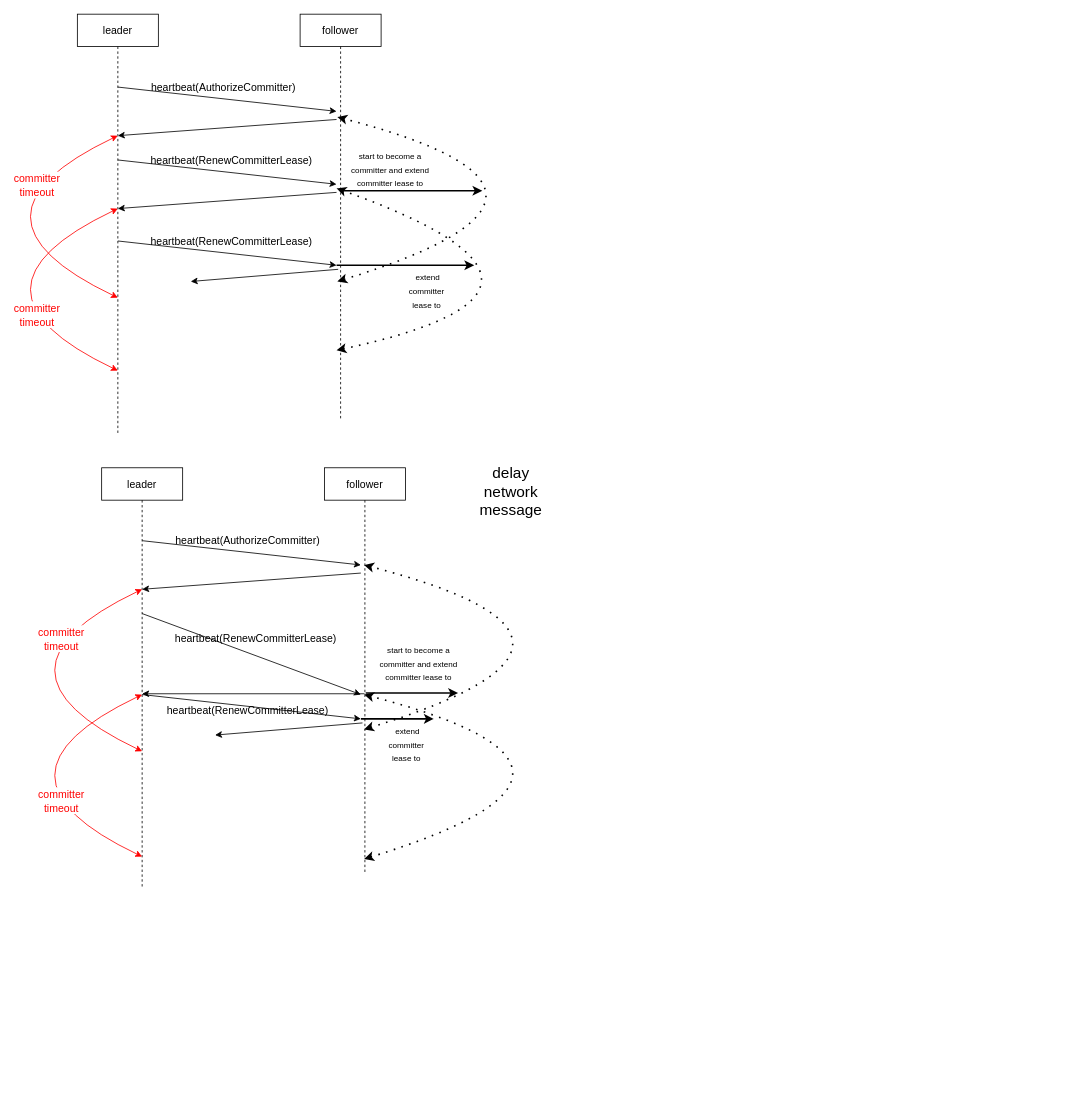
Before: raft-committer-idea.drawio in BanYeung/Notes, a draw.io diagram. Source tidied: cells renumbered, new cells numbered last; positions are measured from the earlier drawing's top-left corner, leaving out a move shared by most shapes. Both pictures are drawn from the tidied source at 81%, with x=0, y=0 at pixel (-53, 14).
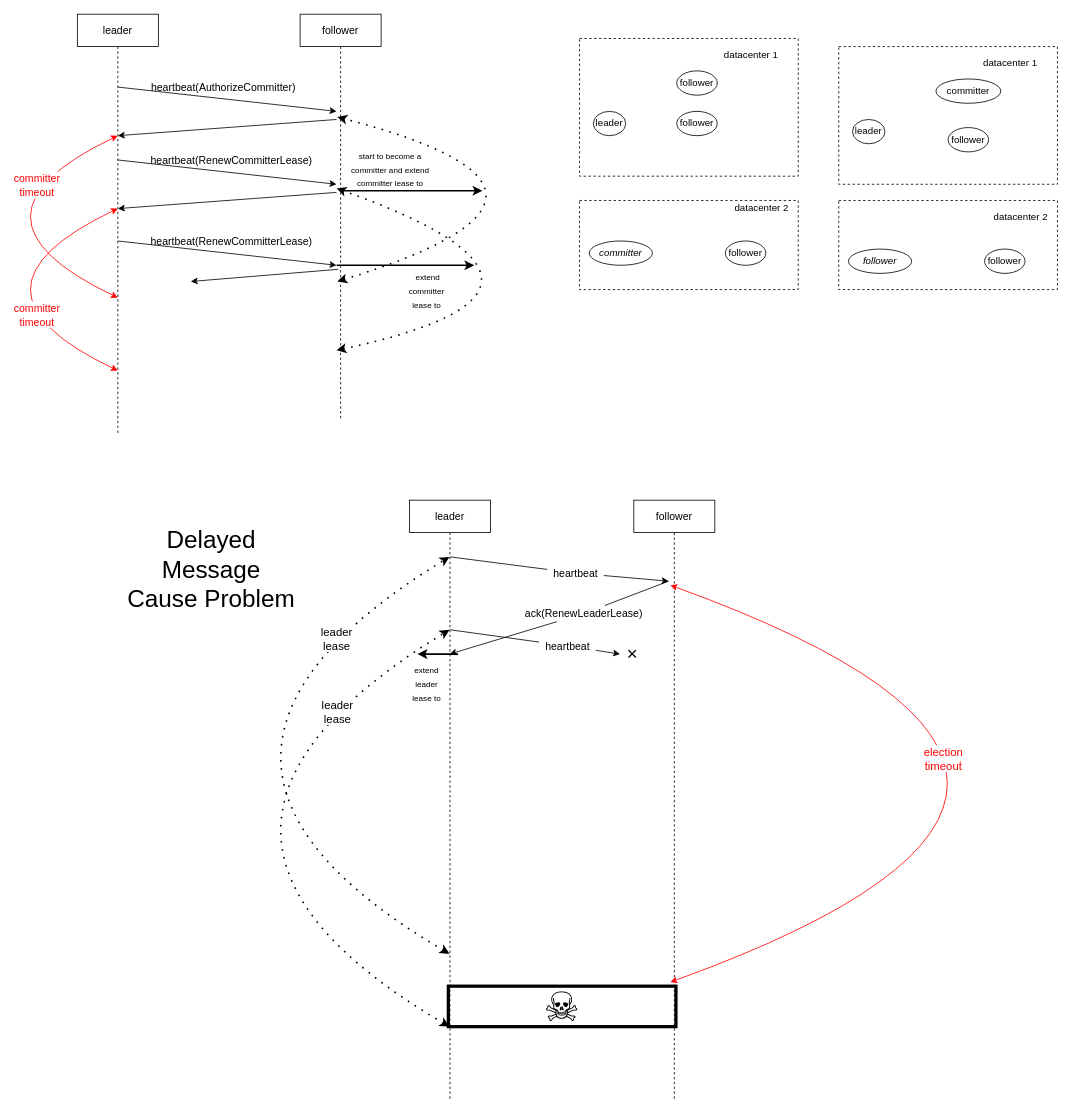
The same page after the edit.

Commit message:
delayed message cause problem

The edit, as a diff of the source:
```diff
@@
+    <mxCell id="45" value="leader" style="ellipse;whiteSpace=wrap;html=1;" parent="1" vertex="1">
+      <mxGeometry x="797" y="120" width="40" height="30" as="geometry" />
+    </mxCell>
+    <mxCell id="46" value="&lt;i&gt;committer&lt;/i&gt;" style="ellipse;whiteSpace=wrap;html=1;" parent="1" vertex="1">
+      <mxGeometry x="792" y="280" width="78" height="30" as="geometry" />
+    </mxCell>
+    <mxCell id="47" value="follower" style="ellipse;whiteSpace=wrap;html=1;" parent="1" vertex="1">
+      <mxGeometry x="960" y="280" width="50" height="30" as="geometry" />
+    </mxCell>
+    <mxCell id="48" value="follower" style="ellipse;whiteSpace=wrap;html=1;" parent="1" vertex="1">
+      <mxGeometry x="900" y="120" width="50" height="30" as="geometry" />
+    </mxCell>
+    <mxCell id="49" value="follower" style="ellipse;whiteSpace=wrap;html=1;" parent="1" vertex="1">
+      <mxGeometry x="900" y="70" width="50" height="30" as="geometry" />
+    </mxCell>
+    <mxCell id="50" style="rounded=0;whiteSpace=wrap;html=1;fillColor=none;dashed=1;" parent="1" vertex="1">
+      <mxGeometry x="780" y="30" width="270" height="170" as="geometry" />
+    </mxCell>
+    <mxCell id="51" value="datacenter 1" style="text;html=1;strokeColor=none;fillColor=none;align=center;verticalAlign=middle;whiteSpace=wrap;rounded=0;dashed=1;" parent="1" vertex="1">
+      <mxGeometry x="947" y="40" width="90" height="20" as="geometry" />
+    </mxCell>
+    <mxCell id="52" value="datacenter 2" style="text;html=1;strokeColor=none;fillColor=none;align=center;verticalAlign=middle;whiteSpace=wrap;rounded=0;dashed=1;" parent="1" vertex="1">
+      <mxGeometry x="960" y="230" width="90" height="20" as="geometry" />
+    </mxCell>
+    <mxCell id="53" style="rounded=0;whiteSpace=wrap;html=1;fillColor=none;dashed=1;" parent="1" vertex="1">
+      <mxGeometry x="780" y="230" width="270" height="110" as="geometry" />
+    </mxCell>
+    <mxCell id="54" value="leader" style="ellipse;whiteSpace=wrap;html=1;" parent="1" vertex="1">
+      <mxGeometry x="1117" y="130" width="40" height="30" as="geometry" />
+    </mxCell>
+    <mxCell id="55" value="&lt;i&gt;follower&lt;/i&gt;" style="ellipse;whiteSpace=wrap;html=1;" parent="1" vertex="1">
+      <mxGeometry x="1112" y="290" width="78" height="30" as="geometry" />
+    </mxCell>
+    <mxCell id="56" value="follower" style="ellipse;whiteSpace=wrap;html=1;" parent="1" vertex="1">
+      <mxGeometry x="1280" y="290" width="50" height="30" as="geometry" />
+    </mxCell>
+    <mxCell id="57" value="follower" style="ellipse;whiteSpace=wrap;html=1;" parent="1" vertex="1">
+      <mxGeometry x="1235" y="140" width="50" height="30" as="geometry" />
+    </mxCell>
+    <mxCell id="58" value="committer" style="ellipse;whiteSpace=wrap;html=1;" parent="1" vertex="1">
+      <mxGeometry x="1220" y="80" width="80" height="30" as="geometry" />
+    </mxCell>
+    <mxCell id="59" style="rounded=0;whiteSpace=wrap;html=1;fillColor=none;dashed=1;" parent="1" vertex="1">
+      <mxGeometry x="1100" y="40" width="270" height="170" as="geometry" />
+    </mxCell>
+    <mxCell id="60" value="datacenter 1" style="text;html=1;strokeColor=none;fillColor=none;align=center;verticalAlign=middle;whiteSpace=wrap;rounded=0;dashed=1;" parent="1" vertex="1">
+      <mxGeometry x="1267" y="50" width="90" height="20" as="geometry" />
+    </mxCell>
+    <mxCell id="61" value="datacenter 2" style="text;html=1;strokeColor=none;fillColor=none;align=center;verticalAlign=middle;whiteSpace=wrap;rounded=0;dashed=1;" parent="1" vertex="1">
+      <mxGeometry x="1280" y="240" width="90" height="20" as="geometry" />
+    </mxCell>
+    <mxCell id="62" style="rounded=0;whiteSpace=wrap;html=1;fillColor=none;dashed=1;" parent="1" vertex="1">
+      <mxGeometry x="1100" y="230" width="270" height="110" as="geometry" />
+    </mxCell>
     <mxCell id="23" value="leader" style="shape=umlLifeline;perimeter=lifelinePerimeter;whiteSpace=wrap;html=1;fontSize=13;" parent="1" vertex="1">
-      <mxGeometry x="190" y="560" width="100" height="520" as="geometry" />
+      <mxGeometry x="570" y="600" width="100" height="740" as="geometry" />
     </mxCell>
+    <mxCell id="63" style="endArrow=classic;html=1;fontSize=13;startArrow=none;" parent="1" edge="1" source="77">
+      <mxGeometry relative="1" as="geometry">
+        <mxPoint x="890" y="700" as="targetPoint" />
+      </mxGeometry>
+    </mxCell>
+    <mxCell id="64" style="endArrow=classic;html=1;fontSize=13;startArrow=none;" parent="1" edge="1" source="79">
+      <mxGeometry relative="1" as="geometry">
+        <mxPoint x="619.7" y="790" as="targetPoint" />
+      </mxGeometry>
+    </mxCell>
     <mxCell id="24" value="follower" style="shape=umlLifeline;perimeter=lifelinePerimeter;whiteSpace=wrap;html=1;fontSize=13;" parent="1" vertex="1">
-      <mxGeometry x="465" y="560" width="100" height="500" as="geometry" />
+      <mxGeometry x="847" y="600" width="100" height="740" as="geometry" />
     </mxCell>
-    <mxCell id="25" style="endArrow=classic;html=1;fontSize=13;" parent="1" edge="1">
-      <mxGeometry relative="1" as="geometry">
-        <mxPoint x="240" y="650" as="sourcePoint" />
-        <mxPoint x="510" y="680" as="targetPoint" />
-      </mxGeometry>
-    </mxCell>
-    <mxCell id="26" style="endArrow=classic;html=1;fontSize=13;" parent="1" edge="1">
-      <mxGeometry relative="1" as="geometry">
-        <mxPoint x="510" y="690" as="sourcePoint" />
-        <mxPoint x="240" y="710" as="targetPoint" />
-      </mxGeometry>
-    </mxCell>
-    <mxCell id="27" style="endArrow=classic;html=1;fontSize=13;" parent="1" edge="1">
-      <mxGeometry relative="1" as="geometry">
-        <mxPoint x="240" y="740" as="sourcePoint" />
-        <mxPoint x="510" y="840" as="targetPoint" />
-      </mxGeometry>
-    </mxCell>
-    <mxCell id="28" style="endArrow=classic;html=1;fontSize=13;" parent="1" edge="1">
-      <mxGeometry relative="1" as="geometry">
-        <mxPoint x="514.5" y="839" as="sourcePoint" />
-        <mxPoint x="240" y="839" as="targetPoint" />
-      </mxGeometry>
-    </mxCell>
-    <mxCell id="29" value="heartbeat(AuthorizeCommitter)" style="text;html=1;align=center;verticalAlign=middle;strokeColor=none;fontSize=13;" parent="1" vertex="1">
-      <mxGeometry x="275" y="640" width="190" height="20" as="geometry" />
-    </mxCell>
-    <mxCell id="30" value="heartbeat(RenewCommitterLease)" style="text;html=1;align=center;verticalAlign=middle;strokeColor=none;fontSize=13;" parent="1" vertex="1">
-      <mxGeometry x="275" y="760" width="210" height="20" as="geometry" />
-    </mxCell>
-    <mxCell id="31" value="heartbeat(RenewCommitterLease)" style="text;html=1;align=center;verticalAlign=middle;strokeColor=none;fontSize=13;" parent="1" vertex="1">
-      <mxGeometry x="265" y="850" width="210" height="20" as="geometry" />
-    </mxCell>
-    <mxCell id="32" style="endArrow=classic;html=1;fontSize=13;" parent="1" edge="1">
-      <mxGeometry relative="1" as="geometry">
-        <mxPoint x="240" y="840" as="sourcePoint" />
-        <mxPoint x="510" y="870" as="targetPoint" />
-      </mxGeometry>
-    </mxCell>
-    <mxCell id="33" style="endArrow=classic;html=1;fontSize=14;strokeWidth=2;" parent="1" edge="1">
-      <mxGeometry relative="1" as="geometry">
-        <mxPoint x="516" y="838" as="sourcePoint" />
-        <mxPoint x="630" y="838" as="targetPoint" />
-      </mxGeometry>
-    </mxCell>
-    <mxCell id="34" value="&lt;span style=&quot;font-size: 10px&quot;&gt;start to become a &lt;br style=&quot;font-size: 10px&quot;&gt;committer and extend &lt;br style=&quot;font-size: 10px&quot;&gt;committer lease to&lt;br&gt;&lt;/span&gt;" style="edgeLabel;html=1;align=center;verticalAlign=middle;fontSize=14;" parent="33" vertex="1">
-      <mxGeometry x="-0.13" relative="1" as="geometry">
-        <mxPoint x="14" y="-38" as="offset" />
-      </mxGeometry>
-    </mxCell>
-    <mxCell id="35" style="endArrow=classic;html=1;fontSize=14;strokeWidth=2;" parent="1" edge="1">
-      <mxGeometry relative="1" as="geometry">
-        <mxPoint x="510" y="870" as="sourcePoint" />
-        <mxPoint x="600" y="870" as="targetPoint" />
-      </mxGeometry>
-    </mxCell>
-    <mxCell id="36" value="&lt;span style=&quot;font-size: 10px&quot;&gt;&amp;nbsp;extend &lt;br style=&quot;font-size: 10px&quot;&gt;committer &lt;br style=&quot;font-size: 10px&quot;&gt;lease to&lt;br&gt;&lt;/span&gt;" style="edgeLabel;html=1;align=center;verticalAlign=middle;fontSize=14;" parent="35" vertex="1">
-      <mxGeometry x="-0.13" relative="1" as="geometry">
-        <mxPoint x="16" y="30" as="offset" />
-      </mxGeometry>
-    </mxCell>
-    <mxCell id="37" style="endArrow=classic;html=1;fontSize=13;" parent="1" edge="1">
-      <mxGeometry relative="1" as="geometry">
-        <mxPoint x="512" y="875" as="sourcePoint" />
-        <mxPoint x="330" y="890" as="targetPoint" />
-      </mxGeometry>
-    </mxCell>
-    <mxCell id="38" style="endArrow=classic;startArrow=classic;html=1;fontSize=14;strokeWidth=1;strokeColor=#FF0000;curved=1;" parent="1" edge="1">
-      <mxGeometry relative="1" as="geometry">
-        <mxPoint x="240" y="910" as="sourcePoint" />
-        <mxPoint x="240" y="710" as="targetPoint" />
-        <Array as="points">
-          <mxPoint x="30" y="810" />
-        </Array>
-      </mxGeometry>
-    </mxCell>
-    <mxCell id="39" value="&lt;font style=&quot;font-size: 13px&quot; color=&quot;#ff0000&quot;&gt;committer&lt;br&gt;timeout&lt;/font&gt;" style="edgeLabel;html=1;align=center;verticalAlign=middle;fontSize=14;" parent="38" vertex="1">
-      <mxGeometry x="-0.55" y="-12" relative="1" as="geometry">
-        <mxPoint x="-11" y="-84" as="offset" />
-      </mxGeometry>
-    </mxCell>
-    <mxCell id="40" style="endArrow=classic;startArrow=classic;html=1;fontSize=14;strokeWidth=1;strokeColor=#FF0000;curved=1;" parent="1" edge="1">
-      <mxGeometry relative="1" as="geometry">
-        <mxPoint x="240" y="1040" as="sourcePoint" />
-        <mxPoint x="240" y="840" as="targetPoint" />
-        <Array as="points">
-          <mxPoint x="30" y="940" />
-        </Array>
-      </mxGeometry>
-    </mxCell>
-    <mxCell id="41" value="&lt;font style=&quot;font-size: 13px&quot; color=&quot;#ff0000&quot;&gt;committer&lt;br&gt;timeout&lt;/font&gt;" style="edgeLabel;html=1;align=center;verticalAlign=middle;fontSize=14;" parent="40" vertex="1">
-      <mxGeometry x="-0.55" y="-12" relative="1" as="geometry">
-        <mxPoint x="-11" y="-14" as="offset" />
-      </mxGeometry>
-    </mxCell>
-    <mxCell id="42" style="endArrow=classic;startArrow=classic;html=1;fontSize=14;strokeWidth=2;dashed=1;curved=1;dashPattern=1 4;" parent="1" edge="1">
-      <mxGeometry relative="1" as="geometry">
-        <mxPoint x="514" y="883" as="sourcePoint" />
-        <mxPoint x="514" y="680" as="targetPoint" />
-        <Array as="points">
-          <mxPoint x="873" y="773" />
-        </Array>
-      </mxGeometry>
-    </mxCell>
-    <mxCell id="43" style="endArrow=classic;startArrow=classic;html=1;fontSize=14;strokeWidth=2;dashed=1;curved=1;dashPattern=1 4;" parent="1" edge="1">
-      <mxGeometry relative="1" as="geometry">
-        <mxPoint x="514" y="1043" as="sourcePoint" />
-        <mxPoint x="514" y="840" as="targetPoint" />
-        <Array as="points">
-          <mxPoint x="873" y="933" />
-        </Array>
-      </mxGeometry>
-    </mxCell>
-    <mxCell id="44" value="&lt;font style=&quot;font-size: 19px&quot;&gt;delay &lt;br&gt;network &lt;br&gt;message&lt;/font&gt;" style="text;html=1;align=center;verticalAlign=middle;strokeColor=none;" parent="1" vertex="1">
-      <mxGeometry x="650" y="560" width="90" height="60" as="geometry" />
-    </mxCell>
+    <mxCell id="65" style="endArrow=classic;html=1;fontSize=13;startArrow=none;" parent="1" edge="1" source="75">
+      <mxGeometry relative="1" as="geometry">
+        <mxPoint x="830" y="790" as="targetPoint" />
+      </mxGeometry>
+    </mxCell>
+    <mxCell id="66" style="endArrow=classic;startArrow=classic;html=1;fontSize=14;strokeWidth=2;curved=1;dashed=1;dashPattern=1 4;" parent="1" edge="1">
+      <mxGeometry relative="1" as="geometry">
+        <mxPoint x="619.4" y="1160" as="sourcePoint" />
+        <mxPoint x="619.4" y="670" as="targetPoint" />
+        <Array as="points">
+          <mxPoint x="210" y="920" />
+        </Array>
+      </mxGeometry>
+    </mxCell>
+    <mxCell id="67" value="leader&lt;br&gt;lease" style="edgeLabel;html=1;align=center;verticalAlign=middle;fontSize=14;" parent="66" vertex="1">
+      <mxGeometry x="0.5" y="-40" relative="1" as="geometry">
+        <mxPoint x="43" y="-58" as="offset" />
+      </mxGeometry>
+    </mxCell>
+    <mxCell id="68" style="endArrow=classic;startArrow=classic;html=1;fontSize=14;strokeWidth=2;curved=1;dashed=1;dashPattern=1 4;" parent="1" edge="1">
+      <mxGeometry relative="1" as="geometry">
+        <mxPoint x="619.4" y="1250" as="sourcePoint" />
+        <mxPoint x="619.4" y="760" as="targetPoint" />
+        <Array as="points">
+          <mxPoint x="210" y="1010" />
+        </Array>
+      </mxGeometry>
+    </mxCell>
+    <mxCell id="69" style="endArrow=classic;html=1;fontSize=14;strokeWidth=2;" parent="1" edge="1">
+      <mxGeometry relative="1" as="geometry">
+        <mxPoint x="630" y="790" as="sourcePoint" />
+        <mxPoint x="580" y="790" as="targetPoint" />
+      </mxGeometry>
+    </mxCell>
+    <mxCell id="70" value="&lt;font style=&quot;font-size: 10px&quot;&gt;extend &lt;br style=&quot;font-size: 10px&quot;&gt;leader&lt;br style=&quot;font-size: 10px&quot;&gt;lease to&lt;/font&gt;" style="edgeLabel;html=1;align=center;verticalAlign=middle;fontSize=14;rotation=0;" parent="69" vertex="1">
+      <mxGeometry x="-0.13" relative="1" as="geometry">
+        <mxPoint x="-18" y="35" as="offset" />
+      </mxGeometry>
+    </mxCell>
+    <mxCell id="71" value="leader&lt;br&gt;lease" style="edgeLabel;html=1;align=center;verticalAlign=middle;fontSize=14;" parent="1" vertex="1">
+      <mxGeometry x="480" y="860" as="geometry" />
+    </mxCell>
+    <mxCell id="72" style="endArrow=classic;startArrow=classic;html=1;fontSize=14;strokeWidth=1;strokeColor=#FF0000;curved=1;" parent="1" edge="1">
+      <mxGeometry relative="1" as="geometry">
+        <mxPoint x="892" y="1195" as="sourcePoint" />
+        <mxPoint x="892" y="705" as="targetPoint" />
+        <Array as="points">
+          <mxPoint x="1570" y="950" />
+        </Array>
+      </mxGeometry>
+    </mxCell>
+    <mxCell id="73" value="&lt;font color=&quot;#ff0000&quot;&gt;election&lt;br&gt;timeout&lt;/font&gt;" style="edgeLabel;html=1;align=center;verticalAlign=middle;fontSize=14;" parent="72" vertex="1">
+      <mxGeometry x="0.46" y="86" relative="1" as="geometry" />
+    </mxCell>
+    <mxCell id="74" value="&lt;font style=&quot;font-size: 23px&quot;&gt;×&lt;/font&gt;" style="text;html=1;align=center;verticalAlign=middle;strokeColor=none;" parent="1" vertex="1">
+      <mxGeometry x="830" y="780" width="30" height="20" as="geometry" />
+    </mxCell>
+    <mxCell id="75" value="heartbeat" style="text;html=1;align=center;verticalAlign=middle;points=[];strokeColor=none;fontSize=13;rotation=0;" parent="1" vertex="1">
+      <mxGeometry x="730" y="770" width="70" height="20" as="geometry" />
+    </mxCell>
+    <mxCell id="76" style="endArrow=none;html=1;fontSize=13;" parent="1" edge="1" target="75">
+      <mxGeometry relative="1" as="geometry">
+        <mxPoint x="620" y="760" as="sourcePoint" />
+      </mxGeometry>
+    </mxCell>
+    <mxCell id="77" value="heartbeat" style="text;html=1;align=center;verticalAlign=middle;points=[];strokeColor=none;fontSize=13;" parent="1" vertex="1">
+      <mxGeometry x="740" y="680" width="70" height="20" as="geometry" />
+    </mxCell>
+    <mxCell id="78" style="endArrow=none;html=1;fontSize=13;" parent="1" edge="1" target="77">
+      <mxGeometry relative="1" as="geometry">
+        <mxPoint x="620" y="670" as="sourcePoint" />
+      </mxGeometry>
+    </mxCell>
+    <mxCell id="79" value="&lt;font style=&quot;font-size: 13px&quot;&gt;ack(RenewLeaderLease)&lt;/font&gt;" style="text;html=1;align=center;verticalAlign=middle;points=[];strokeColor=none;fontSize=14;" parent="1" vertex="1">
+      <mxGeometry x="705" y="730" width="160" height="20" as="geometry" />
+    </mxCell>
+    <mxCell id="80" style="endArrow=none;html=1;fontSize=13;" parent="1" edge="1" target="79">
+      <mxGeometry relative="1" as="geometry">
+        <mxPoint x="890" y="700" as="sourcePoint" />
+      </mxGeometry>
+    </mxCell>
+    <mxCell id="81" value="&lt;font style=&quot;font-size: 30px&quot;&gt;Delayed&lt;br&gt;Message&lt;br&gt;Cause Problem&lt;br&gt;&lt;/font&gt;" style="text;html=1;align=center;verticalAlign=middle;strokeColor=none;" parent="1" vertex="1">
+      <mxGeometry x="215" y="650" width="220" height="70" as="geometry" />
+    </mxCell>
+    <mxCell id="82" value="&lt;font style=&quot;font-size: 50px&quot;&gt;☠&lt;/font&gt;" style="rounded=0;whiteSpace=wrap;html=1;fillColor=none;strokeWidth=4;" parent="1" vertex="1">
+      <mxGeometry x="618" y="1200" width="281" height="50" as="geometry" />
+    </mxCell>
```
